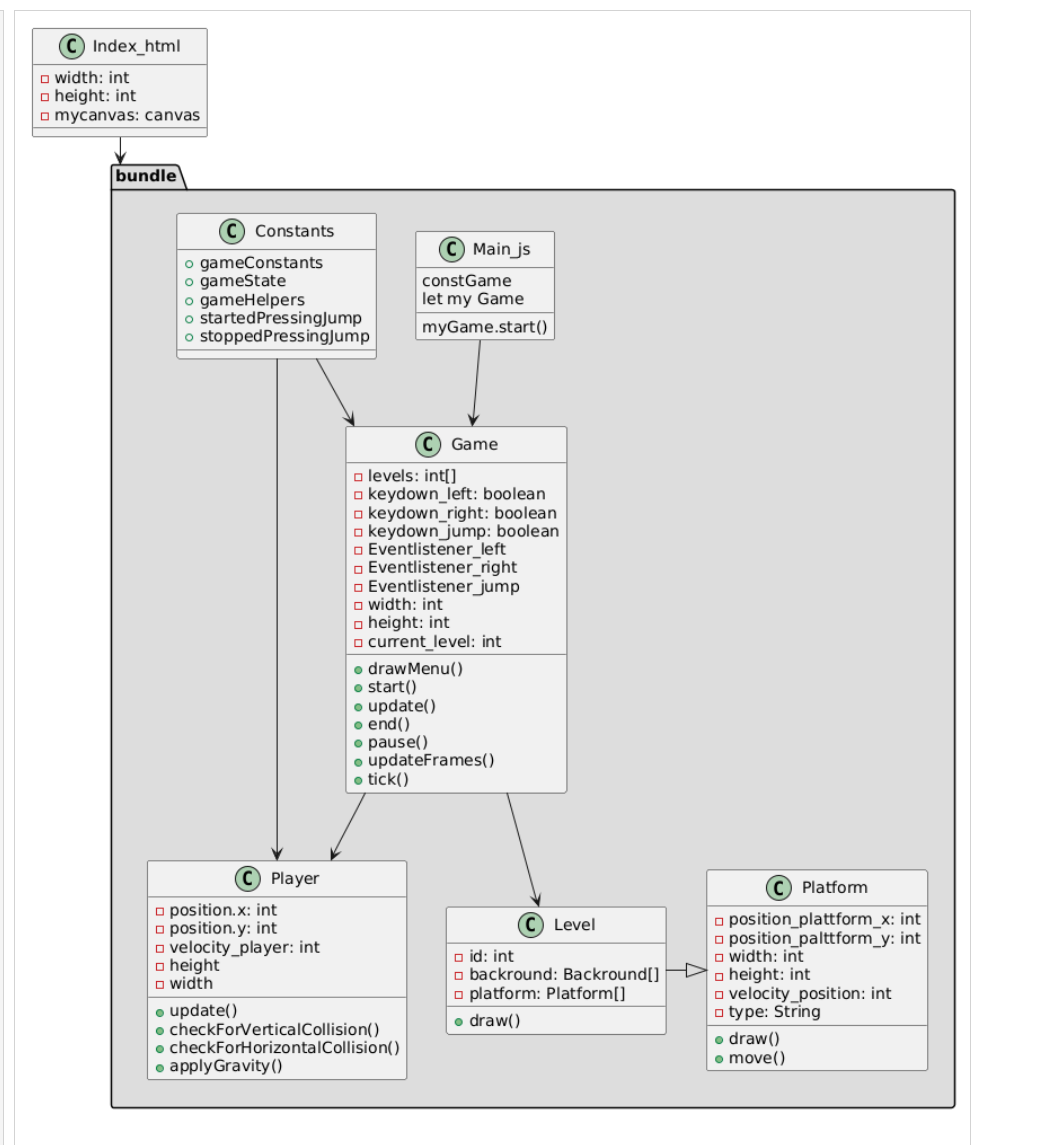
The PlantUML diagram klassendiagramm.png in ozhadykov/browsergame-bachelor, before a commit. Its source is kept beside it as klassendiagramm.puml. The source it was exported from:
```plantuml
@startuml

class Index_html {
  - width: int
  - height: int
  - mycanvas: canvas
}



package "bundle" #DDDDDD{

class Main_js {
  constGame
  let my Game
  myGame.start()
}


class Game {
  - levels: int[]
  - keydown_left: boolean
  - keydown_right: boolean
  - keydown_jump: boolean
  - Eventlistener_left
  - Eventlistener_right
  - Eventlistener_jump
  - width: int
  - height: int
  - current_level: int
  + drawMenu()
  + start()
  + update()
  + end()
  + pause()
  + updateFrames()
  + tick()

}

class Level {
  - id: int
  - backround: Backround[]
  - platform: Platform[]
  + draw()
}

class Player {
  - position.x: int
  - position.y: int
  - velocity_player: int
  - height
  - width
  + update()
  + checkForVerticalCollision()
  + checkForHorizontalCollision()
  + applyGravity()
}


class Platform {
  - position_plattform_x: int
  - position_palttform_y: int
  - width: int
  - height: int
  - velocity_position: int
  - type: String
  + draw()
  + move()
}

class Constants {
  + gameConstants
  + gameState
  + gameHelpers
  + startedPressingJump
  + stoppedPressingJump
}



Game --> Level
Game --> Player
Level -|> Platform
Main_js --> Game
Constants -->Game
Constants --> Player
}
Index_html -->bundle
@enduml
```
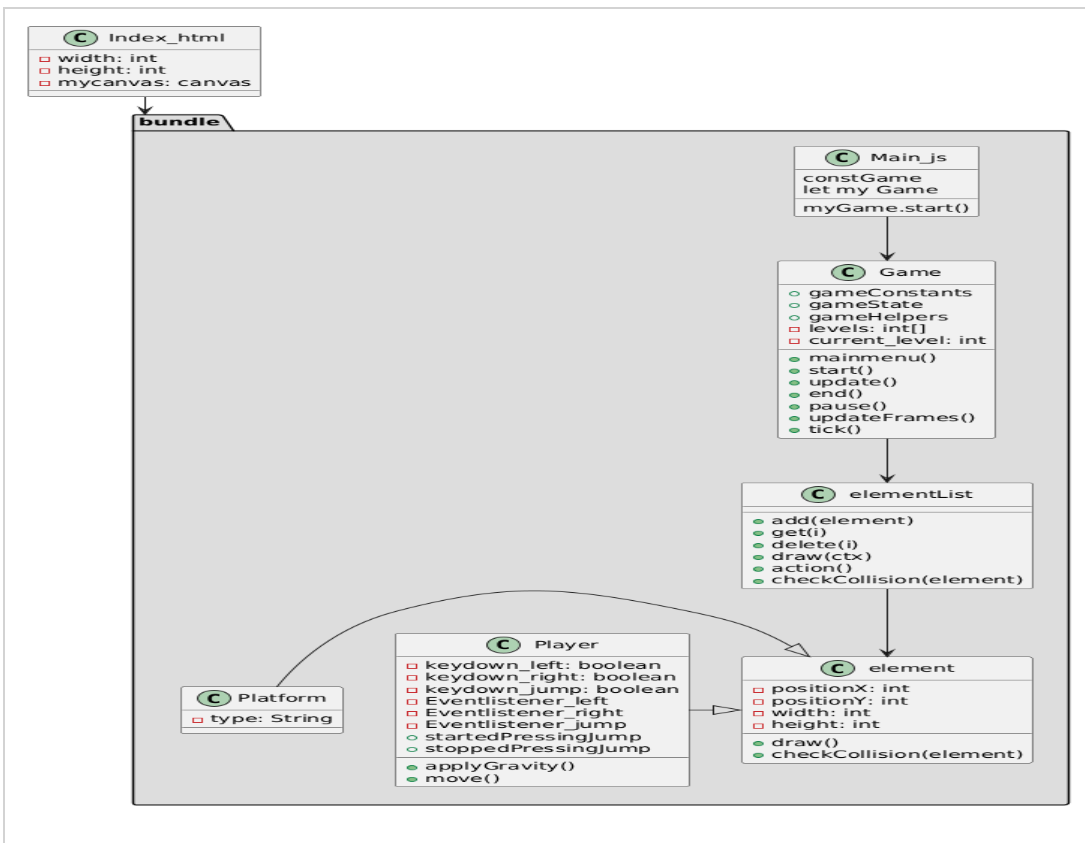
Later version of the same file.

The edit, as a diff of the source:
```diff
@@ -18,17 +18,12 @@
 
 
 class Game {
+  + gameConstants
+  + gameState
+  + gameHelpers
   - levels: int[]
-  - keydown_left: boolean
-  - keydown_right: boolean
-  - keydown_jump: boolean
-  - Eventlistener_left
-  - Eventlistener_right
-  - Eventlistener_jump
-  - width: int
-  - height: int
   - current_level: int
-  + drawMenu()
+  + mainmenu()
   + start()
   + update()
   + end()
@@ -38,53 +33,50 @@
 
 }
 
-class Level {
-  - id: int
-  - backround: Backround[]
-  - platform: Platform[]
-  + draw()
+
+class Player {
+  - keydown_left: boolean
+  - keydown_right: boolean
+  - keydown_jump: boolean
+  - Eventlistener_left
+  - Eventlistener_right
+  - Eventlistener_jump
+  + startedPressingJump
+  + stoppedPressingJump
+  + applyGravity()
+  + move()
 }
 
-class Player {
-  - position.x: int
-  - position.y: int
-  - velocity_player: int
-  - height
-  - width
-  + update()
-  + checkForVerticalCollision()
-  + checkForHorizontalCollision()
-  + applyGravity()
+class elementList {
+  + add(element)
+  + get(i)
+  + delete(i)
+  + draw(ctx)
+  + action()
+  + checkCollision(element)
+}
+
+class element {
+  - positionX: int
+  - positionY: int
+  - width: int
+  - height: int
+  + draw()
+  + checkCollision(element)
 }
 
 
 class Platform {
-  - position_plattform_x: int
-  - position_palttform_y: int
-  - width: int
-  - height: int
-  - velocity_position: int
   - type: String
-  + draw()
-  + move()
-}
-
-class Constants {
-  + gameConstants
-  + gameState
-  + gameHelpers
-  + startedPressingJump
-  + stoppedPressingJump
 }
 
 
 
-Game --> Level
-Game --> Player
-Level -|> Platform
+Game --> elementList
+elementList --> element
+Player -|>element
+Platform -|> element
 Main_js --> Game
-Constants -->Game
-Constants --> Player
 }
 Index_html -->bundle
 @enduml
```
